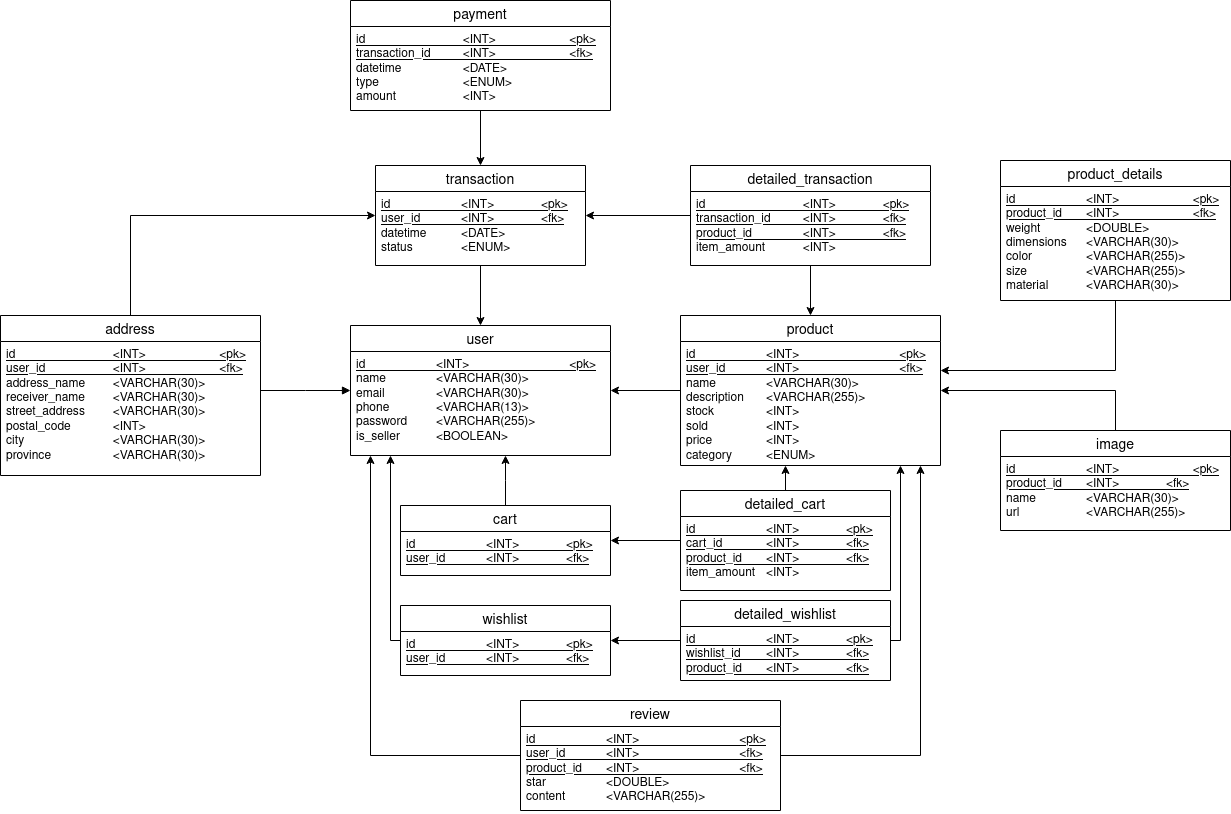
The draw.io diagram img/NusantaraStore051_PDM.drawio.png in borednuna/NusantaraStore051_BE, before a commit. Source tidied: cells renumbered, new cells last; positions are measured from the earlier drawing's top-left corner, leaving out a move shared by most shapes.
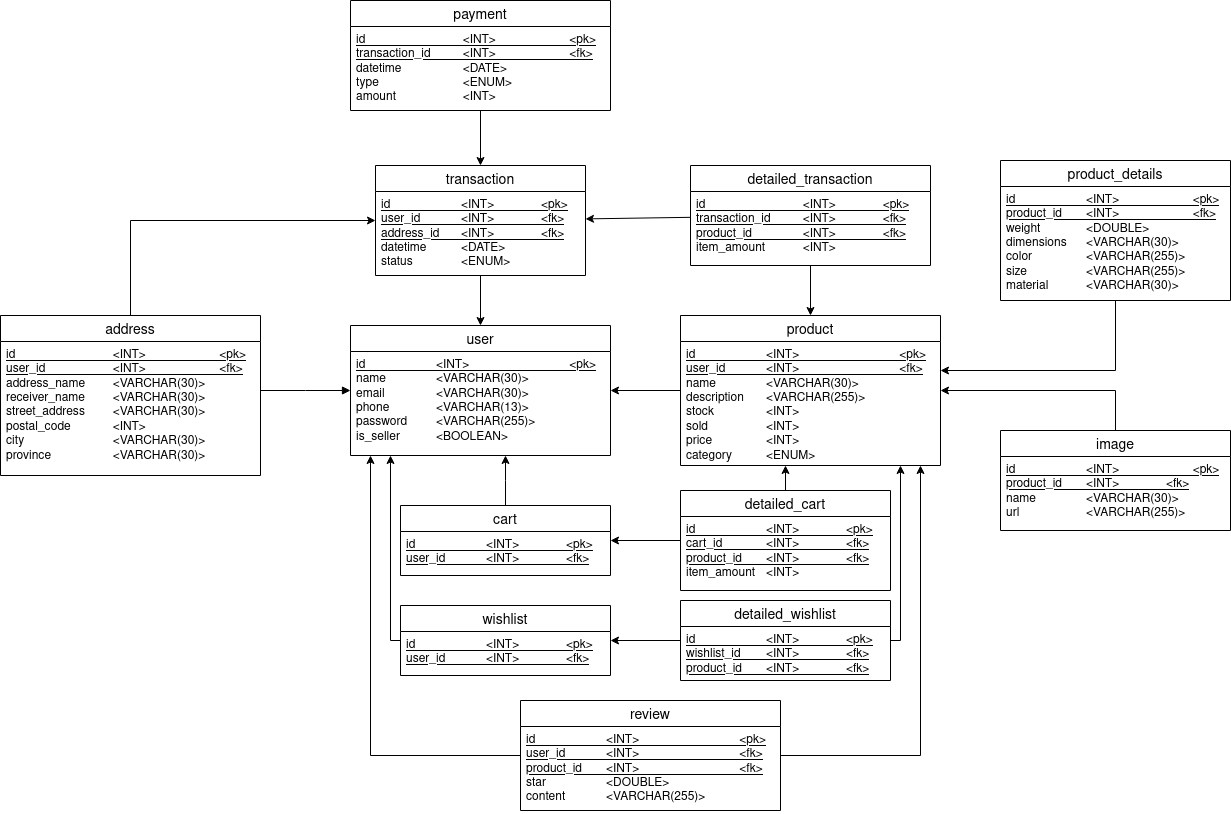
Later version of the same file.

Diff of the diagram source:
```diff
@@ -18,10 +18,10 @@
       <mxGeometry relative="1" as="geometry" />
     </mxCell>
     <mxCell id="7" value="transaction" style="swimlane;fontStyle=0;horizontal=1;startSize=26;align=center;fontSize=14;" parent="1" vertex="1">
-      <mxGeometry x="375" y="165" width="210" height="100" as="geometry" />
+      <mxGeometry x="375" y="165" width="210" height="110" as="geometry" />
     </mxCell>
-    <mxCell id="8" value="&lt;div&gt;&lt;u&gt;id&lt;span style=&quot;white-space: pre;&quot;&gt;&#9;&lt;/span&gt;&lt;span style=&quot;white-space: pre;&quot;&gt;&#9;&lt;/span&gt;&lt;span style=&quot;white-space: pre;&quot;&gt;&#9;&lt;/span&gt;&amp;lt;INT&amp;gt;&lt;span style=&quot;white-space: pre;&quot;&gt;&#9;&lt;/span&gt;&lt;span style=&quot;white-space: pre;&quot;&gt;&#9;&lt;/span&gt;&amp;lt;pk&amp;gt;&lt;/u&gt;&lt;/div&gt;&lt;div&gt;&lt;u&gt;user_id&lt;span style=&quot;white-space: pre;&quot;&gt;&#9;&lt;/span&gt;&lt;span style=&quot;white-space: pre;&quot;&gt;&#9;&lt;/span&gt;&amp;lt;INT&amp;gt;&lt;span style=&quot;white-space: pre;&quot;&gt;&#9;&lt;/span&gt;&lt;span style=&quot;white-space: pre;&quot;&gt;&#9;&lt;/span&gt;&amp;lt;fk&amp;gt;&lt;/u&gt;&lt;/div&gt;&lt;div&gt;datetime&lt;span style=&quot;white-space: pre;&quot;&gt;&#9;&lt;/span&gt;&lt;span style=&quot;white-space: pre;&quot;&gt;&#9;&lt;/span&gt;&amp;lt;DATE&amp;gt;&lt;/div&gt;&lt;div&gt;status&lt;span style=&quot;white-space: pre;&quot;&gt;&#9;&lt;/span&gt;&lt;span style=&quot;white-space: pre;&quot;&gt;&#9;&lt;/span&gt;&amp;lt;ENUM&amp;gt;&lt;br&gt;&lt;/div&gt;" style="text;strokeColor=none;fillColor=none;spacingLeft=4;spacingRight=4;overflow=hidden;fontSize=12;whiteSpace=wrap;html=1;" parent="7" vertex="1">
-      <mxGeometry y="26" width="210" height="74" as="geometry" />
+    <mxCell id="8" value="&lt;div&gt;&lt;u&gt;id&lt;span style=&quot;white-space: pre;&quot;&gt;&#9;&lt;/span&gt;&lt;span style=&quot;white-space: pre;&quot;&gt;&#9;&lt;/span&gt;&lt;span style=&quot;white-space: pre;&quot;&gt;&#9;&lt;/span&gt;&amp;lt;INT&amp;gt;&lt;span style=&quot;white-space: pre;&quot;&gt;&#9;&lt;/span&gt;&lt;span style=&quot;white-space: pre;&quot;&gt;&#9;&lt;/span&gt;&amp;lt;pk&amp;gt;&lt;/u&gt;&lt;/div&gt;&lt;div&gt;&lt;u&gt;user_id&lt;span style=&quot;white-space: pre;&quot;&gt;&#9;&lt;/span&gt;&lt;span style=&quot;white-space: pre;&quot;&gt;&#9;&lt;/span&gt;&amp;lt;INT&amp;gt;&lt;span style=&quot;white-space: pre;&quot;&gt;&#9;&lt;/span&gt;&lt;span style=&quot;white-space: pre;&quot;&gt;&#9;&lt;/span&gt;&amp;lt;fk&amp;gt;&lt;/u&gt;&lt;/div&gt;&lt;div&gt;&lt;u&gt;address_id&lt;span style=&quot;white-space: pre;&quot;&gt;&#9;&lt;/span&gt;&amp;lt;INT&amp;gt;&lt;span style=&quot;white-space: pre;&quot;&gt;&#9;&lt;/span&gt;&lt;span style=&quot;white-space: pre;&quot;&gt;&#9;&lt;/span&gt;&amp;lt;fk&amp;gt;&lt;br&gt;&lt;/u&gt;&lt;/div&gt;&lt;div&gt;datetime&lt;span style=&quot;white-space: pre;&quot;&gt;&#9;&lt;/span&gt;&lt;span style=&quot;white-space: pre;&quot;&gt;&#9;&lt;/span&gt;&amp;lt;DATE&amp;gt;&lt;/div&gt;&lt;div&gt;status&lt;span style=&quot;white-space: pre;&quot;&gt;&#9;&lt;/span&gt;&lt;span style=&quot;white-space: pre;&quot;&gt;&#9;&lt;/span&gt;&amp;lt;ENUM&amp;gt;&lt;br&gt;&lt;/div&gt;" style="text;strokeColor=none;fillColor=none;spacingLeft=4;spacingRight=4;overflow=hidden;fontSize=12;whiteSpace=wrap;html=1;" parent="7" vertex="1">
+      <mxGeometry y="26" width="210" height="84" as="geometry" />
     </mxCell>
     <mxCell id="9" style="endArrow=classic;html=1;rounded=0;" parent="1" edge="1" source="7" target="2">
       <mxGeometry relative="1" as="geometry" />
```
